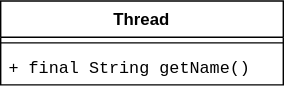
The draw.io diagram files/language/java/thread.drawio.svg in yangdj/tf_docs, before a commit. Source tidied: cells renumbered, new cells last; positions are measured from the earlier drawing's top-left corner, leaving out a move shared by most shapes. Source of this version:
```xml
<mxGraphModel>
  <root>
    <mxCell id="0" />
    <mxCell id="1" parent="0" />
    <mxCell id="2" value="Thread" style="swimlane;fontStyle=1;align=center;verticalAlign=top;horizontal=1;startSize=26;" parent="1" vertex="1">
      <mxGeometry width="202" height="60" as="geometry" />
    </mxCell>
    <mxCell id="3" style="line;strokeWidth=1;fillColor=none;align=left;verticalAlign=middle;spacingTop=-1;spacingLeft=3;spacingRight=3;labelPosition=right;" parent="2" vertex="1">
      <mxGeometry y="26" width="202" height="8" as="geometry" />
    </mxCell>
    <mxCell id="4" value="+ final String getName()" style="text;strokeColor=none;fillColor=none;align=left;verticalAlign=top;spacingLeft=4;spacingRight=4;overflow=hidden;fontFamily=Courier New;" parent="2" vertex="1">
      <mxGeometry y="34" width="202" height="26" as="geometry" />
    </mxCell>
  </root>
</mxGraphModel>
```
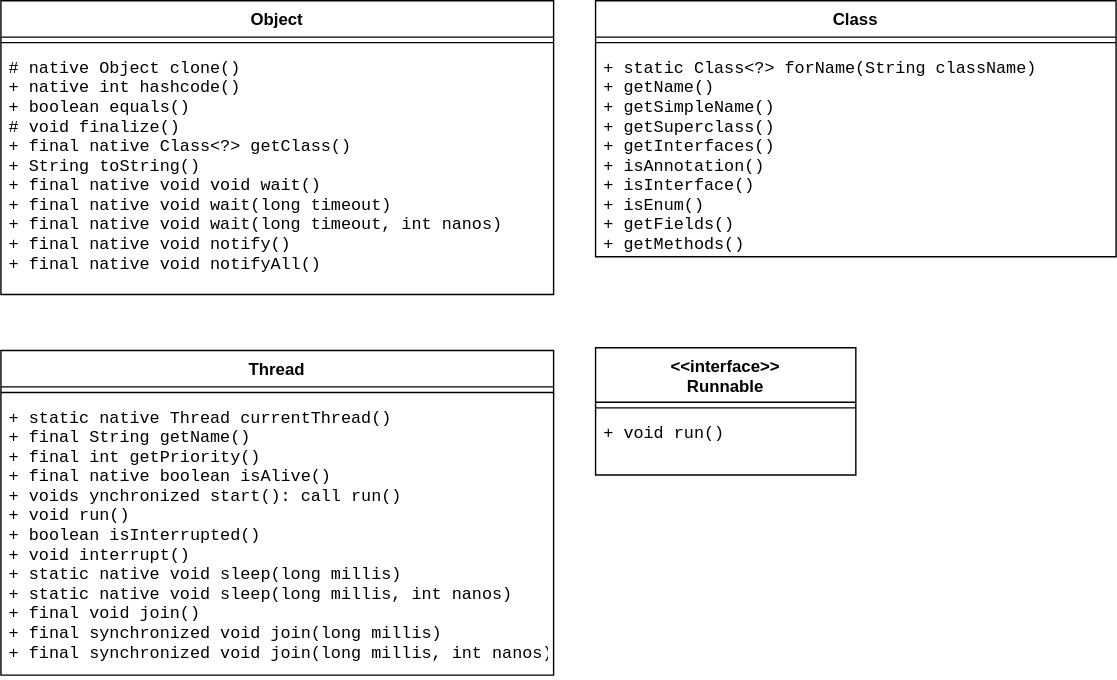
After the change.

The edit, as a diff of the source:
```diff
@@ -2,14 +2,41 @@
   <root>
     <mxCell id="0" />
     <mxCell id="1" parent="0" />
+    <mxCell id="5" value="Object" style="swimlane;fontStyle=1;align=center;verticalAlign=top;horizontal=1;startSize=26;" parent="1" vertex="1">
+      <mxGeometry y="-250" width="395" height="210" as="geometry" />
+    </mxCell>
+    <mxCell id="6" style="line;strokeWidth=1;fillColor=none;align=left;verticalAlign=middle;spacingTop=-1;spacingLeft=3;spacingRight=3;labelPosition=right;" parent="5" vertex="1">
+      <mxGeometry y="26" width="395" height="8" as="geometry" />
+    </mxCell>
+    <mxCell id="7" value="# native Object clone()&#10;+ native int hashcode()&#10;+ boolean equals()&#10;# void finalize()&#10;+ final native Class&lt;?&gt; getClass()&#10;+ String toString()&#10;+ final native void void wait()&#10;+ final native void wait(long timeout)&#10;+ final native void wait(long timeout, int nanos)&#10;+ final native void notify()&#10;+ final native void notifyAll()&#10;" style="text;strokeColor=none;fillColor=none;align=left;verticalAlign=top;spacingLeft=4;spacingRight=4;overflow=hidden;fontFamily=Courier New;" parent="5" vertex="1">
+      <mxGeometry y="34" width="395" height="176" as="geometry" />
+    </mxCell>
     <mxCell id="2" value="Thread" style="swimlane;fontStyle=1;align=center;verticalAlign=top;horizontal=1;startSize=26;" parent="1" vertex="1">
-      <mxGeometry width="202" height="60" as="geometry" />
+      <mxGeometry width="395" height="232" as="geometry" />
     </mxCell>
-    <mxCell id="3" style="line;strokeWidth=1;fillColor=none;align=left;verticalAlign=middle;spacingTop=-1;spacingLeft=3;spacingRight=3;labelPosition=right;" parent="2" vertex="1">
-      <mxGeometry y="26" width="202" height="8" as="geometry" />
-    </mxCell>
-    <mxCell id="4" value="+ final String getName()" style="text;strokeColor=none;fillColor=none;align=left;verticalAlign=top;spacingLeft=4;spacingRight=4;overflow=hidden;fontFamily=Courier New;" parent="2" vertex="1">
-      <mxGeometry y="34" width="202" height="26" as="geometry" />
-    </mxCell>
+    <mxCell id="8" style="line;strokeWidth=1;fillColor=none;align=left;verticalAlign=middle;spacingTop=-1;spacingLeft=3;spacingRight=3;labelPosition=right;" parent="2" vertex="1">
+      <mxGeometry y="26" width="395" height="8" as="geometry" />
+    </mxCell>
+    <mxCell id="9" value="+ static native Thread currentThread()&#10;+ final String getName()&#10;+ final int getPriority()&#10;+ final native boolean isAlive()&#10;+ voids ynchronized start(): call run()&#10;+ void run()&#10;+ boolean isInterrupted()&#10;+ void interrupt()&#10;+ static native void sleep(long millis)&#10;+ static native void sleep(long millis, int nanos)&#10;+ final void join()&#10;+ final synchronized void join(long millis)&#10;+ final synchronized void join(long millis, int nanos)&#10;&#10;" style="text;strokeColor=none;fillColor=none;align=left;verticalAlign=top;spacingLeft=4;spacingRight=4;overflow=hidden;fontFamily=Courier New;" parent="2" vertex="1">
+      <mxGeometry y="34" width="395" height="198" as="geometry" />
+    </mxCell>
+    <mxCell id="10" value="Class" style="swimlane;fontStyle=1;align=center;verticalAlign=top;horizontal=1;startSize=26;" parent="1" vertex="1">
+      <mxGeometry x="425" y="-250" width="372" height="183" as="geometry" />
+    </mxCell>
+    <mxCell id="11" style="line;strokeWidth=1;fillColor=none;align=left;verticalAlign=middle;spacingTop=-1;spacingLeft=3;spacingRight=3;labelPosition=right;" parent="10" vertex="1">
+      <mxGeometry y="26" width="372" height="8" as="geometry" />
+    </mxCell>
+    <mxCell id="12" value="+ static Class&lt;?&gt; forName(String className)&#10;+ getName()&#10;+ getSimpleName()&#10;+ getSuperclass()&#10;+ getInterfaces()&#10;+ isAnnotation()&#10;+ isInterface()&#10;+ isEnum()&#10;+ getFields()&#10;+ getMethods()" style="text;strokeColor=none;fillColor=none;align=left;verticalAlign=top;spacingLeft=4;spacingRight=4;overflow=hidden;fontFamily=Courier New;" parent="10" vertex="1">
+      <mxGeometry y="34" width="372" height="149" as="geometry" />
+    </mxCell>
+    <mxCell id="13" value="&lt;&lt;interface&gt;&gt;&#10;Runnable" style="swimlane;fontStyle=1;align=center;verticalAlign=top;horizontal=1;startSize=39;" parent="1" vertex="1">
+      <mxGeometry x="425" y="-2" width="186" height="91" as="geometry" />
+    </mxCell>
+    <mxCell id="14" style="line;strokeWidth=1;fillColor=none;align=left;verticalAlign=middle;spacingTop=-1;spacingLeft=3;spacingRight=3;labelPosition=right;" parent="13" vertex="1">
+      <mxGeometry y="39" width="186" height="8" as="geometry" />
+    </mxCell>
+    <mxCell id="15" value="+ void run()" style="text;strokeColor=none;fillColor=none;align=left;verticalAlign=top;spacingLeft=4;spacingRight=4;overflow=hidden;fontFamily=Courier New;" parent="13" vertex="1">
+      <mxGeometry y="47" width="186" height="44" as="geometry" />
+    </mxCell>
   </root>
 </mxGraphModel>
```
